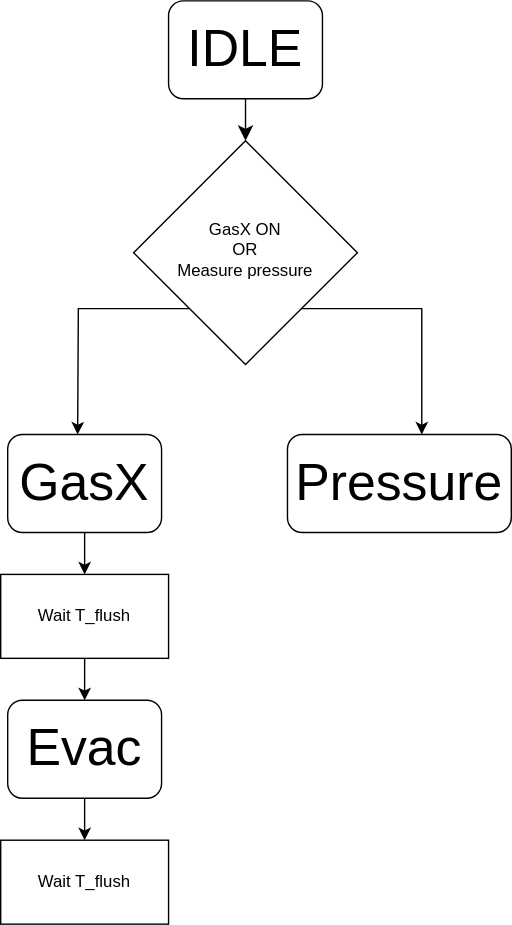
Earlier version of the draw.io export Untitled Diagram.drawio.svg (lampnis/vi-things). Source tidied: cells renumbered, new cells last; positions are measured from the earlier drawing's top-left corner, leaving out a move shared by most shapes.
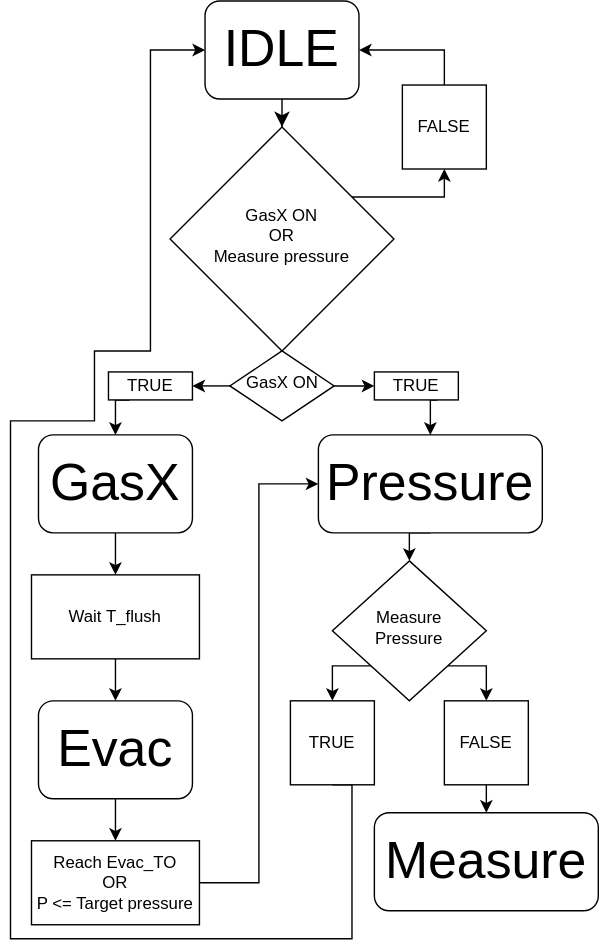
Later version of the same file.

What changed in the source:
```diff
@@ -6,15 +6,18 @@
       <mxGeometry relative="1" as="geometry" />
     </mxCell>
     <mxCell id="3" value="&lt;font style=&quot;font-size: 37px;&quot;&gt;IDLE&lt;/font&gt;" style="rounded=1;whiteSpace=wrap;html=1;fontSize=12;glass=0;strokeWidth=1;shadow=0;" parent="1" vertex="1">
-      <mxGeometry x="120" width="110" height="70" as="geometry" />
+      <mxGeometry x="124" width="110" height="70" as="geometry" />
     </mxCell>
-    <mxCell id="4" style="edgeStyle=orthogonalEdgeStyle;rounded=0;jettySize=auto;html=1;exitX=0;exitY=1;exitDx=0;exitDy=0;" parent="1" edge="1" source="5">
-      <mxGeometry relative="1" as="geometry">
-        <mxPoint x="55" y="310" as="targetPoint" />
-      </mxGeometry>
-    </mxCell>
+    <mxCell id="15" style="edgeStyle=orthogonalEdgeStyle;rounded=0;jettySize=auto;html=1;exitX=1;exitY=0;exitDx=0;exitDy=0;entryX=0.5;entryY=1;entryDx=0;entryDy=0;" parent="1" edge="1" source="5" target="27">
+      <mxGeometry relative="1" as="geometry">
+        <Array as="points">
+          <mxPoint x="219" y="140" />
+          <mxPoint x="295" y="140" />
+        </Array>
+      </mxGeometry>
+    </mxCell>
     <mxCell id="5" value="GasX ON&lt;div&gt;OR&lt;/div&gt;&lt;div&gt;Measure pressure&lt;/div&gt;" style="rhombus;whiteSpace=wrap;html=1;shadow=0;fontFamily=Helvetica;fontSize=12;align=center;strokeWidth=1;spacing=6;spacingTop=-4;" parent="1" vertex="1">
-      <mxGeometry x="95" y="100" width="160" height="160" as="geometry" />
+      <mxGeometry x="99" y="90" width="160" height="160" as="geometry" />
     </mxCell>
     <mxCell id="6" style="edgeStyle=orthogonalEdgeStyle;rounded=0;jettySize=auto;html=1;exitX=0.5;exitY=1;exitDx=0;exitDy=0;entryX=0.5;entryY=0;entryDx=0;entryDy=0;" parent="1" edge="1" source="7" target="11">
       <mxGeometry relative="1" as="geometry" />
@@ -22,16 +25,12 @@
     <mxCell id="7" value="&lt;font style=&quot;font-size: 37px;&quot;&gt;GasX&lt;/font&gt;" style="rounded=1;whiteSpace=wrap;html=1;fontSize=12;glass=0;strokeWidth=1;shadow=0;" parent="1" vertex="1">
       <mxGeometry x="5" y="310" width="110" height="70" as="geometry" />
     </mxCell>
+    <mxCell id="16" style="edgeStyle=orthogonalEdgeStyle;rounded=0;jettySize=auto;html=1;exitX=0.5;exitY=1;exitDx=0;exitDy=0;entryX=0.5;entryY=0;entryDx=0;entryDy=0;" parent="1" edge="1" source="8" target="20">
+      <mxGeometry relative="1" as="geometry" />
+    </mxCell>
     <mxCell id="8" value="&lt;font style=&quot;font-size: 37px;&quot;&gt;Pressure&lt;/font&gt;" style="rounded=1;whiteSpace=wrap;html=1;fontSize=12;glass=0;strokeWidth=1;shadow=0;" parent="1" vertex="1">
       <mxGeometry x="205" y="310" width="160" height="70" as="geometry" />
     </mxCell>
-    <mxCell id="9" style="edgeStyle=orthogonalEdgeStyle;rounded=0;jettySize=auto;html=1;exitX=1;exitY=1;exitDx=0;exitDy=0;entryX=0.6;entryY=0;entryDx=0;entryDy=0;entryPerimeter=0;" parent="1" edge="1" source="5" target="8">
-      <mxGeometry relative="1" as="geometry">
-        <Array as="points">
-          <mxPoint x="301" y="220" />
-        </Array>
-      </mxGeometry>
-    </mxCell>
     <mxCell id="10" style="edgeStyle=orthogonalEdgeStyle;rounded=0;jettySize=auto;html=1;exitX=0.5;exitY=1;exitDx=0;exitDy=0;entryX=0.5;entryY=0;entryDx=0;entryDy=0;" parent="1" edge="1" source="11" target="13">
       <mxGeometry relative="1" as="geometry" />
     </mxCell>
@@ -44,8 +43,72 @@
     <mxCell id="13" value="&lt;font style=&quot;font-size: 37px;&quot;&gt;Evac&lt;/font&gt;" style="rounded=1;whiteSpace=wrap;html=1;fontSize=12;glass=0;strokeWidth=1;shadow=0;" parent="1" vertex="1">
       <mxGeometry x="5" y="500" width="110" height="70" as="geometry" />
     </mxCell>
+    <mxCell id="17" style="edgeStyle=orthogonalEdgeStyle;rounded=0;jettySize=auto;html=1;exitX=1;exitY=0.5;exitDx=0;exitDy=0;entryX=0;entryY=0.5;entryDx=0;entryDy=0;" parent="1" edge="1" source="14" target="8">
+      <mxGeometry relative="1" as="geometry" />
+    </mxCell>
-    <mxCell id="14" value="Wait T_flush" style="rounded=0;whiteSpace=wrap;html=1;" parent="1" vertex="1">
+    <mxCell id="14" value="Reach Evac_TO&lt;div&gt;OR&lt;/div&gt;&lt;div&gt;P &amp;lt;= Target pressure&lt;/div&gt;" style="rounded=0;whiteSpace=wrap;html=1;" parent="1" vertex="1">
       <mxGeometry y="600" width="120" height="60" as="geometry" />
     </mxCell>
+    <mxCell id="18" style="edgeStyle=orthogonalEdgeStyle;rounded=0;jettySize=auto;html=1;exitX=0;exitY=1;exitDx=0;exitDy=0;entryX=0.5;entryY=0;entryDx=0;entryDy=0;" parent="1" edge="1" source="20" target="22">
+      <mxGeometry relative="1" as="geometry" />
+    </mxCell>
+    <mxCell id="19" style="edgeStyle=orthogonalEdgeStyle;rounded=0;jettySize=auto;html=1;exitX=1;exitY=1;exitDx=0;exitDy=0;entryX=0.5;entryY=0;entryDx=0;entryDy=0;" parent="1" edge="1" source="20" target="24">
+      <mxGeometry relative="1" as="geometry" />
+    </mxCell>
+    <mxCell id="20" value="Measure&lt;div&gt;Pressure&lt;/div&gt;" style="rhombus;whiteSpace=wrap;html=1;shadow=0;fontFamily=Helvetica;fontSize=12;align=center;strokeWidth=1;spacing=6;spacingTop=-4;" parent="1" vertex="1">
+      <mxGeometry x="215" y="400" width="110" height="100" as="geometry" />
+    </mxCell>
+    <mxCell id="21" style="edgeStyle=orthogonalEdgeStyle;rounded=0;jettySize=auto;html=1;exitX=0.5;exitY=1;exitDx=0;exitDy=0;entryX=0;entryY=0.5;entryDx=0;entryDy=0;" parent="1" edge="1" source="22" target="3">
+      <mxGeometry relative="1" as="geometry">
+        <Array as="points">
+          <mxPoint x="229" y="670" />
+          <mxPoint x="-15" y="670" />
+          <mxPoint x="-15" y="300" />
+          <mxPoint x="45" y="300" />
+          <mxPoint x="45" y="250" />
+          <mxPoint x="85" y="250" />
+          <mxPoint x="85" y="35" />
+        </Array>
+      </mxGeometry>
+    </mxCell>
+    <mxCell id="22" value="TRUE" style="rounded=0;whiteSpace=wrap;html=1;" parent="1" vertex="1">
+      <mxGeometry x="185" y="500" width="60" height="60" as="geometry" />
+    </mxCell>
+    <mxCell id="23" style="edgeStyle=orthogonalEdgeStyle;rounded=0;jettySize=auto;html=1;exitX=0.5;exitY=1;exitDx=0;exitDy=0;entryX=0.5;entryY=0;entryDx=0;entryDy=0;" parent="1" edge="1" source="24" target="25">
+      <mxGeometry relative="1" as="geometry" />
+    </mxCell>
+    <mxCell id="24" value="FALSE" style="rounded=0;whiteSpace=wrap;html=1;" parent="1" vertex="1">
+      <mxGeometry x="295" y="500" width="60" height="60" as="geometry" />
+    </mxCell>
+    <mxCell id="25" value="&lt;font style=&quot;font-size: 37px;&quot;&gt;Measure&lt;/font&gt;" style="rounded=1;whiteSpace=wrap;html=1;fontSize=12;glass=0;strokeWidth=1;shadow=0;" parent="1" vertex="1">
+      <mxGeometry x="245" y="580" width="160" height="70" as="geometry" />
+    </mxCell>
+    <mxCell id="26" style="edgeStyle=orthogonalEdgeStyle;rounded=0;jettySize=auto;html=1;exitX=0.5;exitY=0;exitDx=0;exitDy=0;entryX=1;entryY=0.5;entryDx=0;entryDy=0;" parent="1" edge="1" source="27" target="3">
+      <mxGeometry relative="1" as="geometry" />
+    </mxCell>
+    <mxCell id="27" value="FALSE" style="rounded=0;whiteSpace=wrap;html=1;" parent="1" vertex="1">
+      <mxGeometry x="265" y="60" width="60" height="60" as="geometry" />
+    </mxCell>
+    <mxCell id="28" style="edgeStyle=orthogonalEdgeStyle;rounded=0;jettySize=auto;html=1;exitX=0;exitY=0.5;exitDx=0;exitDy=0;entryX=1;entryY=0.5;entryDx=0;entryDy=0;" parent="1" edge="1" source="30" target="32">
+      <mxGeometry relative="1" as="geometry" />
+    </mxCell>
+    <mxCell id="29" style="edgeStyle=orthogonalEdgeStyle;rounded=0;jettySize=auto;html=1;exitX=1;exitY=0.5;exitDx=0;exitDy=0;" parent="1" edge="1" source="30" target="34">
+      <mxGeometry relative="1" as="geometry" />
+    </mxCell>
+    <mxCell id="30" value="GasX ON" style="rhombus;whiteSpace=wrap;html=1;shadow=0;fontFamily=Helvetica;fontSize=12;align=center;strokeWidth=1;spacing=6;spacingTop=-4;" parent="1" vertex="1">
+      <mxGeometry x="141.8" y="250" width="74.5" height="50" as="geometry" />
+    </mxCell>
+    <mxCell id="31" style="edgeStyle=orthogonalEdgeStyle;rounded=0;jettySize=auto;html=1;exitX=0.25;exitY=1;exitDx=0;exitDy=0;entryX=0.5;entryY=0;entryDx=0;entryDy=0;" parent="1" edge="1" source="32" target="7">
+      <mxGeometry relative="1" as="geometry" />
+    </mxCell>
+    <mxCell id="32" value="TRUE" style="rounded=0;whiteSpace=wrap;html=1;" parent="1" vertex="1">
+      <mxGeometry x="55" y="265" width="60" height="20" as="geometry" />
+    </mxCell>
+    <mxCell id="33" style="edgeStyle=orthogonalEdgeStyle;rounded=0;jettySize=auto;html=1;exitX=0.75;exitY=1;exitDx=0;exitDy=0;entryX=0.5;entryY=0;entryDx=0;entryDy=0;" parent="1" edge="1" source="34" target="8">
+      <mxGeometry relative="1" as="geometry" />
+    </mxCell>
+    <mxCell id="34" value="TRUE" style="rounded=0;whiteSpace=wrap;html=1;" parent="1" vertex="1">
+      <mxGeometry x="245" y="265" width="60" height="20" as="geometry" />
+    </mxCell>
   </root>
 </mxGraphModel>
```
